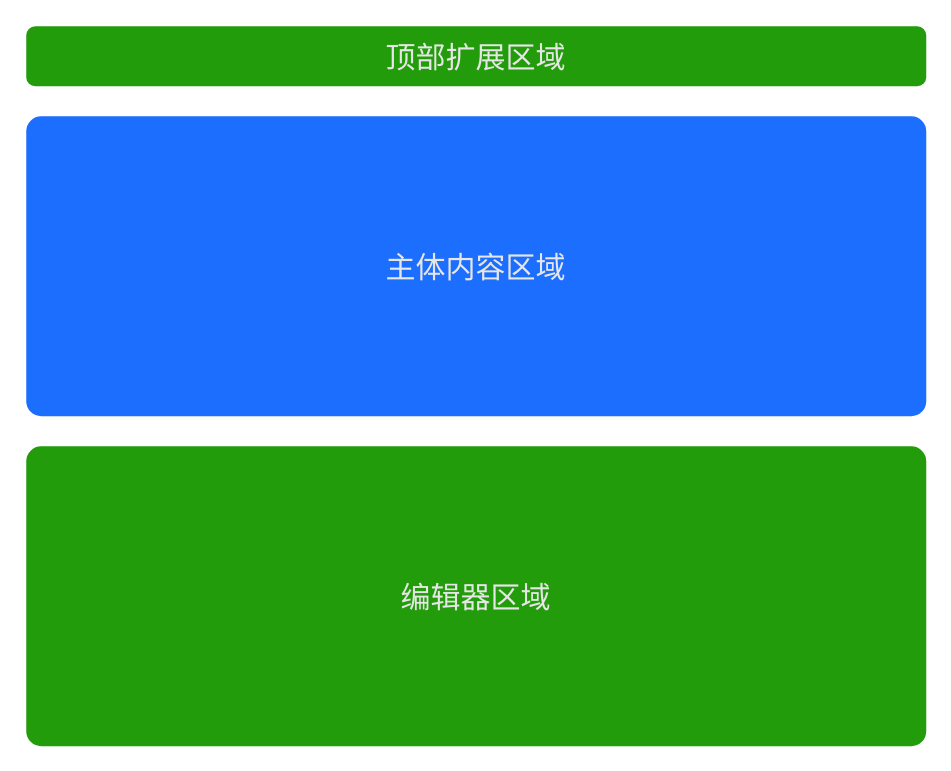
zhuoooo/doodles keeps this draw.io diagram as page "静态结构" (2 of 10) of lowCode/lc.drawio. Above is the earlier version. Source tidied: cells renumbered, new cells numbered last; positions are measured from the earlier drawing's top-left corner, leaving out a move shared by most shapes. Both pictures are drawn from the tidied source at 150%, with x=0, y=0 at pixel (26, 26).
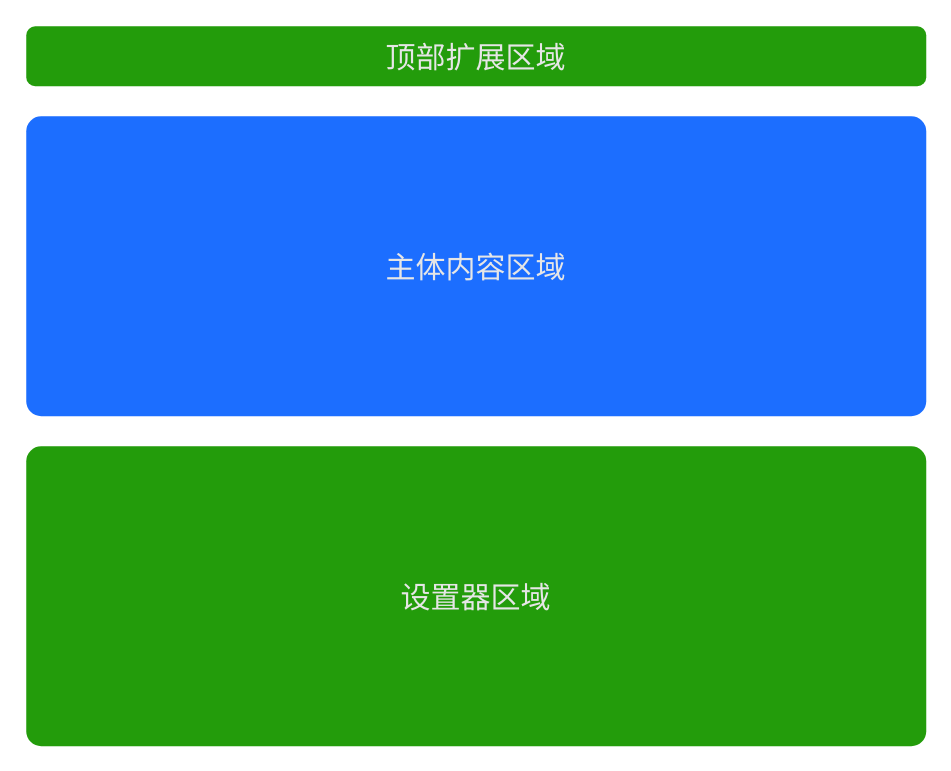
Above is the later version.

Diff of the diagram source:
```diff
@@
 <mxGraphModel>
   <root>
     <mxCell id="0" />
     <mxCell id="1" parent="0" />
     <mxCell id="2" value="顶部扩展区域" style="rounded=1;whiteSpace=wrap;html=1;fillColor=#239c0b;strokeColor=none;fontFamily=PingFang;fontSize=20;fontColor=#E6E6E6;" parent="1" vertex="1">
       <mxGeometry width="600" height="40" as="geometry" />
     </mxCell>
     <mxCell id="3" value="主体内容区域" style="rounded=1;whiteSpace=wrap;html=1;arcSize=5;fillColor=#1c6eff;strokeColor=none;fontFamily=PingFang;fontSize=20;fontColor=#E6E6E6;" parent="1" vertex="1">
       <mxGeometry y="60" width="600" height="200" as="geometry" />
     </mxCell>
-    <mxCell id="4" value="编辑器区域" style="rounded=1;whiteSpace=wrap;html=1;arcSize=5;fillColor=#239c0b;strokeColor=none;fontFamily=PingFang;fontSize=20;fontColor=#E6E6E6;" parent="1" vertex="1">
+    <mxCell id="4" value="设置器区域" style="rounded=1;whiteSpace=wrap;html=1;arcSize=5;fillColor=#239c0b;strokeColor=none;fontFamily=PingFang;fontSize=20;fontColor=#E6E6E6;" parent="1" vertex="1">
       <mxGeometry y="280" width="600" height="200" as="geometry" />
     </mxCell>
   </root>
 </mxGraphModel>
```
